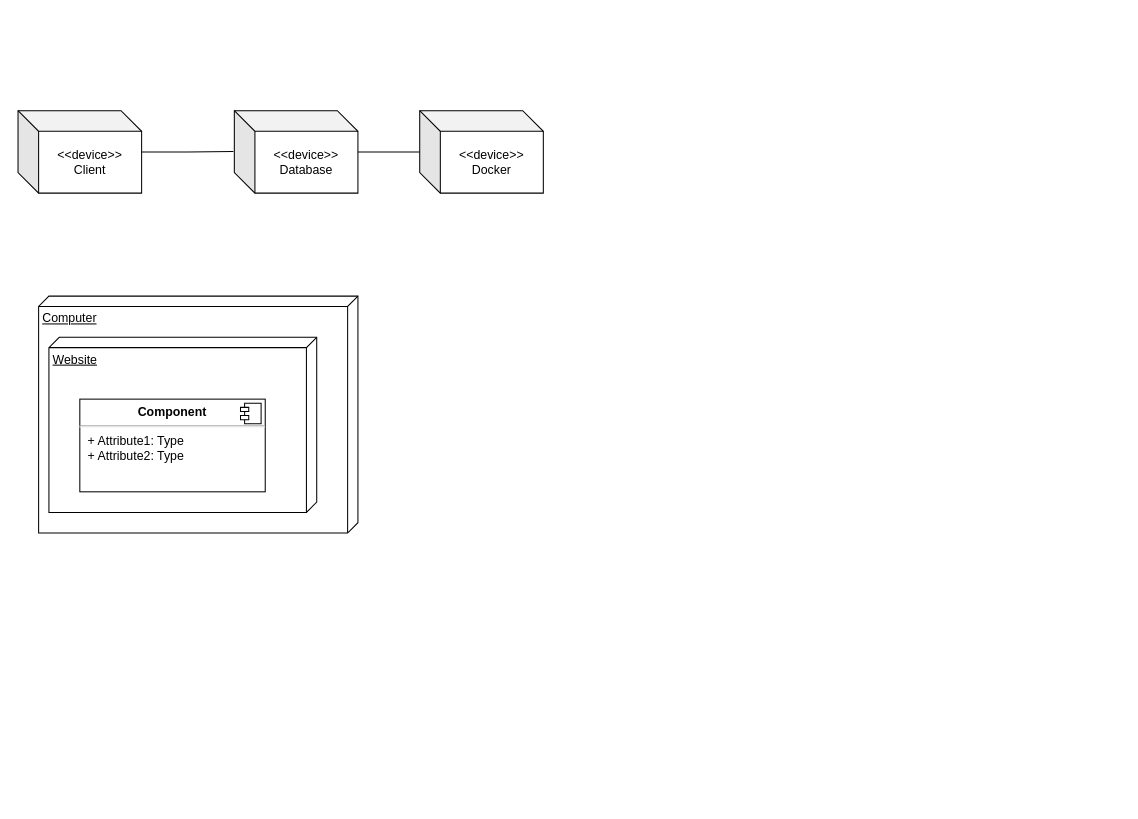
The draw.io diagram Deployment Diagram.drawio in bgabrielma/ES_Project, before the edit. Source tidied: cells renumbered, new cells numbered last; positions are measured from the earlier drawing's top-left corner, leaving out a move shared by most shapes. Both pictures are drawn from the tidied source at 103%, with x=0, y=0 at pixel (18, 110).
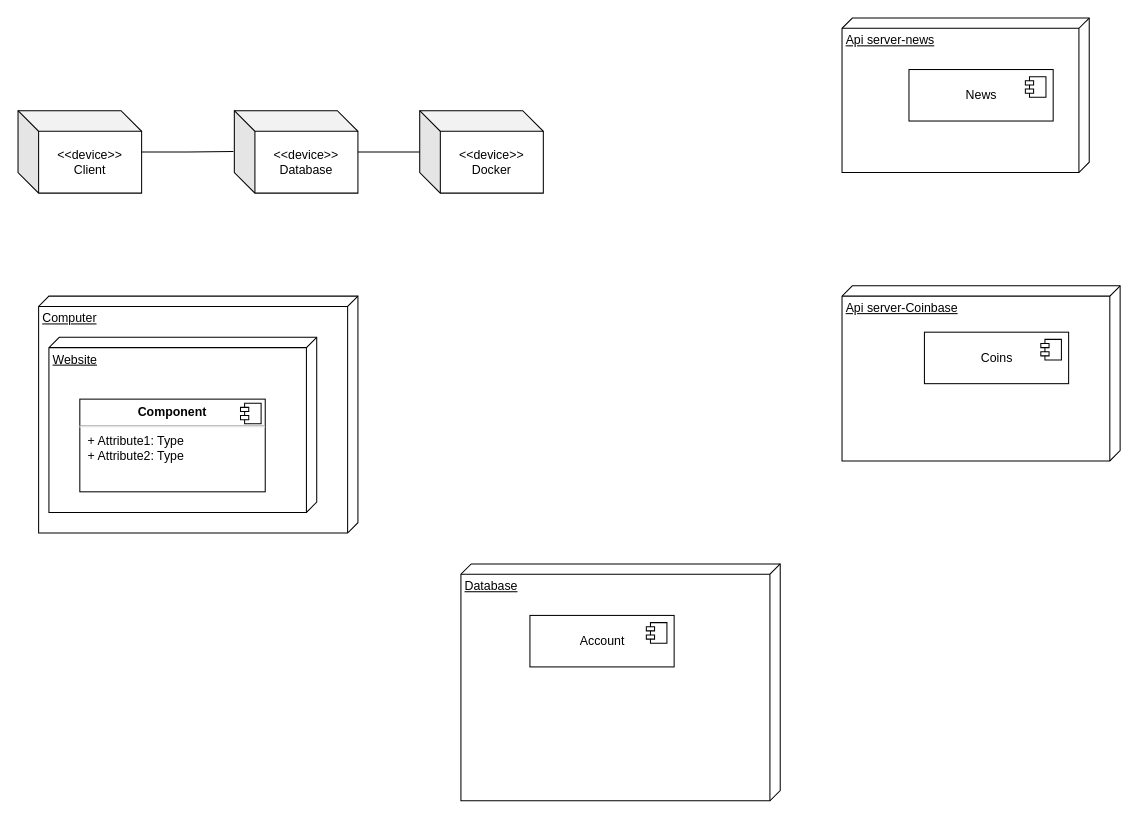
After the change.

What changed in the source:
```diff
@@
+    <mxCell id="11" value="Api server-Coinbase" style="verticalAlign=top;align=left;spacingTop=8;spacingLeft=2;spacingRight=12;shape=cube;size=10;direction=south;fontStyle=4;html=1;" parent="1" vertex="1">
+      <mxGeometry x="800" y="170" width="270" height="170" as="geometry" />
+    </mxCell>
+    <mxCell id="12" value="Database" style="verticalAlign=top;align=left;spacingTop=8;spacingLeft=2;spacingRight=12;shape=cube;size=10;direction=south;fontStyle=4;html=1;" parent="1" vertex="1">
+      <mxGeometry x="430" y="440" width="310" height="230" as="geometry" />
+    </mxCell>
+    <mxCell id="13" value="Account" style="html=1;" parent="1" vertex="1">
+      <mxGeometry x="497" y="490" width="140" height="50" as="geometry" />
+    </mxCell>
+    <mxCell id="14" style="shape=module;jettyWidth=8;jettyHeight=4;" parent="13" vertex="1">
+      <mxGeometry x="1" width="20" height="20" relative="1" as="geometry">
+        <mxPoint x="-27" y="7" as="offset" />
+      </mxGeometry>
+    </mxCell>
+    <mxCell id="15" value="Coins" style="html=1;" parent="1" vertex="1">
+      <mxGeometry x="880" y="215" width="140" height="50" as="geometry" />
+    </mxCell>
+    <mxCell id="16" style="shape=module;jettyWidth=8;jettyHeight=4;" parent="15" vertex="1">
+      <mxGeometry x="1" width="20" height="20" relative="1" as="geometry">
+        <mxPoint x="-27" y="7" as="offset" />
+      </mxGeometry>
+    </mxCell>
+    <mxCell id="17" value="Api server-news" style="verticalAlign=top;align=left;spacingTop=8;spacingLeft=2;spacingRight=12;shape=cube;size=10;direction=south;fontStyle=4;html=1;" parent="1" vertex="1">
+      <mxGeometry x="800" y="-90" width="240" height="150" as="geometry" />
+    </mxCell>
+    <mxCell id="18" value="News" style="html=1;" parent="1" vertex="1">
+      <mxGeometry x="865" y="-40" width="140" height="50" as="geometry" />
+    </mxCell>
+    <mxCell id="19" style="shape=module;jettyWidth=8;jettyHeight=4;" parent="18" vertex="1">
+      <mxGeometry x="1" width="20" height="20" relative="1" as="geometry">
+        <mxPoint x="-27" y="7" as="offset" />
+      </mxGeometry>
+    </mxCell>
```
